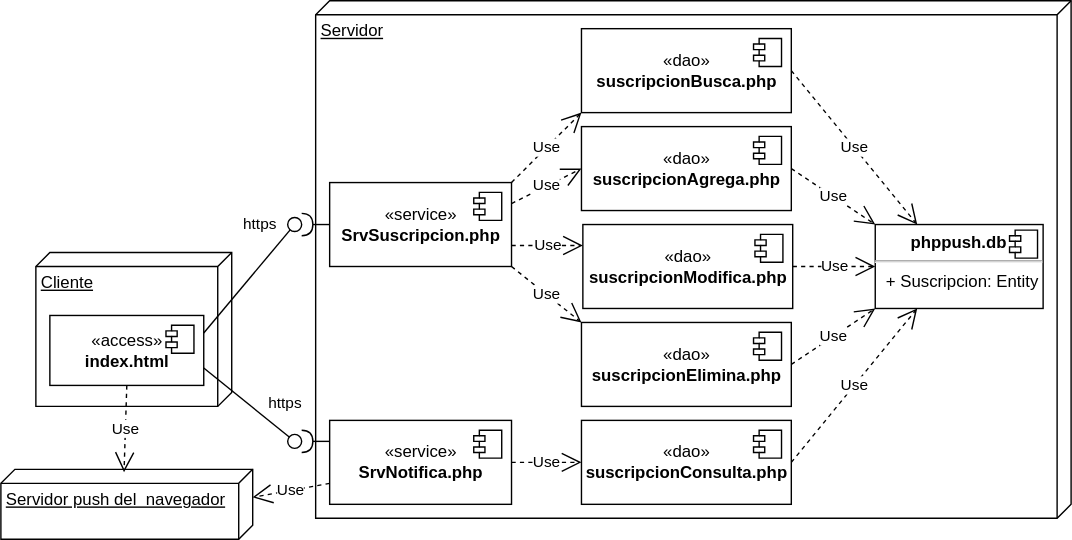
Earlier version of the draw.io export docs/img/m10push/pushdistribucion.drawio.svg (gilpgdm/gilpgdm.github.io). Source tidied: cells renumbered, new cells last; positions are measured from the earlier drawing's top-left corner, leaving out a move shared by most shapes.
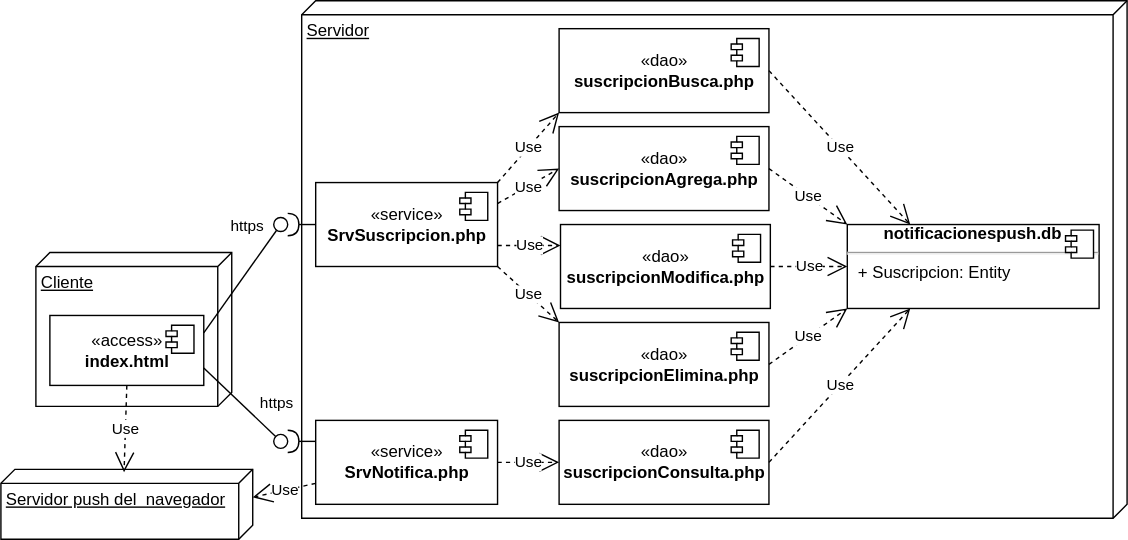
After the change.

The edit, as a diff of the source:
```diff
@@ -14,10 +14,10 @@
       </mxGeometry>
     </mxCell>
     <mxCell id="5" value="Servidor" style="verticalAlign=top;align=left;spacingTop=8;spacingLeft=2;spacingRight=12;shape=cube;size=10;direction=south;fontStyle=4;html=1;" parent="1" vertex="1">
-      <mxGeometry x="225" width="540" height="370" as="geometry" />
+      <mxGeometry x="215" width="590" height="370" as="geometry" />
     </mxCell>
     <mxCell id="6" value="«service»&lt;br&gt;&lt;b&gt;SrvSuscripcion.php&lt;/b&gt;" style="html=1;" parent="1" vertex="1">
-      <mxGeometry x="235" y="130" width="130" height="60" as="geometry" />
+      <mxGeometry x="225" y="130" width="130" height="60" as="geometry" />
     </mxCell>
     <mxCell id="7" style="shape=module;jettyWidth=8;jettyHeight=4;" parent="6" vertex="1">
       <mxGeometry x="1" width="20" height="20" relative="1" as="geometry">
@@ -25,7 +25,7 @@
       </mxGeometry>
     </mxCell>
     <mxCell id="8" value="«service»&lt;br&gt;&lt;b&gt;SrvNotifica.php&lt;/b&gt;" style="html=1;" parent="1" vertex="1">
-      <mxGeometry x="235" y="300" width="130" height="60" as="geometry" />
+      <mxGeometry x="225" y="300" width="130" height="60" as="geometry" />
     </mxCell>
     <mxCell id="9" style="shape=module;jettyWidth=8;jettyHeight=4;" parent="8" vertex="1">
       <mxGeometry x="1" width="20" height="20" relative="1" as="geometry">
@@ -33,7 +33,7 @@
       </mxGeometry>
     </mxCell>
     <mxCell id="10" value="«dao»&lt;br&gt;&lt;b&gt;suscripcionModifica.php&lt;/b&gt;" style="html=1;" parent="1" vertex="1">
-      <mxGeometry x="416" y="160" width="150" height="60" as="geometry" />
+      <mxGeometry x="400" y="160" width="150" height="60" as="geometry" />
     </mxCell>
     <mxCell id="11" style="shape=module;jettyWidth=8;jettyHeight=4;" parent="10" vertex="1">
       <mxGeometry x="1" width="20" height="20" relative="1" as="geometry">
@@ -41,7 +41,7 @@
       </mxGeometry>
     </mxCell>
     <mxCell id="12" value="«dao»&lt;br&gt;&lt;b&gt;suscripcionElimina.php&lt;/b&gt;" style="html=1;" parent="1" vertex="1">
-      <mxGeometry x="415" y="230" width="150" height="60" as="geometry" />
+      <mxGeometry x="399" y="230" width="150" height="60" as="geometry" />
     </mxCell>
     <mxCell id="13" style="shape=module;jettyWidth=8;jettyHeight=4;" parent="12" vertex="1">
       <mxGeometry x="1" width="20" height="20" relative="1" as="geometry">
@@ -49,7 +49,7 @@
       </mxGeometry>
     </mxCell>
     <mxCell id="14" value="«dao»&lt;br&gt;&lt;b&gt;suscripcionConsulta.php&lt;/b&gt;" style="html=1;" parent="1" vertex="1">
-      <mxGeometry x="415" y="300" width="150" height="60" as="geometry" />
+      <mxGeometry x="399" y="300" width="150" height="60" as="geometry" />
     </mxCell>
     <mxCell id="15" style="shape=module;jettyWidth=8;jettyHeight=4;" parent="14" vertex="1">
       <mxGeometry x="1" width="20" height="20" relative="1" as="geometry">
@@ -63,18 +63,18 @@
       <mxGeometry relative="1" as="geometry" />
     </mxCell>
     <mxCell id="18" style="ellipse;whiteSpace=wrap;html=1;align=center;points=[];outlineConnect=0;sketch=0;" parent="1" vertex="1">
-      <mxGeometry x="205" y="155" width="10" height="10" as="geometry" />
+      <mxGeometry x="195" y="155" width="10" height="10" as="geometry" />
     </mxCell>
     <mxCell id="19" value="https" style="rounded=0;jettySize=auto;html=1;endArrow=none;endFill=0;sketch=0;sourcePerimeterSpacing=0;targetPerimeterSpacing=0;exitX=1;exitY=0.75;exitDx=0;exitDy=0;" parent="1" edge="1" source="3" target="21">
       <mxGeometry x="0.55" y="17" relative="1" as="geometry" />
     </mxCell>
     <mxCell id="20" style="rounded=0;jettySize=auto;html=1;endArrow=halfCircle;endFill=0;endSize=6;strokeWidth=1;sketch=0;exitX=0;exitY=0.25;exitDx=0;exitDy=0;" parent="1" edge="1" source="8">
       <mxGeometry relative="1" as="geometry">
-        <mxPoint x="215" y="315" as="targetPoint" />
+        <mxPoint x="205" y="315" as="targetPoint" />
       </mxGeometry>
     </mxCell>
     <mxCell id="21" style="ellipse;whiteSpace=wrap;html=1;align=center;points=[];outlineConnect=0;sketch=0;" parent="1" vertex="1">
-      <mxGeometry x="205" y="310" width="10" height="10" as="geometry" />
+      <mxGeometry x="195" y="310" width="10" height="10" as="geometry" />
     </mxCell>
     <mxCell id="22" value="Use" style="endArrow=open;endSize=12;dashed=1;html=1;rounded=0;entryX=0;entryY=0.5;entryDx=0;entryDy=0;exitX=1;exitY=0.25;exitDx=0;exitDy=0;" parent="1" edge="1" source="6" target="31">
       <mxGeometry relative="1" as="geometry" />
@@ -94,8 +94,8 @@
     <mxCell id="27" value="Use" style="endArrow=open;endSize=12;dashed=1;html=1;rounded=0;entryX=0.25;entryY=1;entryDx=0;entryDy=0;exitX=1;exitY=0.5;exitDx=0;exitDy=0;" parent="1" edge="1" source="14" target="28">
       <mxGeometry relative="1" as="geometry" />
     </mxCell>
-    <mxCell id="28" value="&lt;p style=&quot;margin:0px;margin-top:6px;text-align:center;&quot;&gt;&lt;b&gt;phppush.db&lt;/b&gt;&lt;/p&gt;&lt;hr&gt;&lt;p style=&quot;margin:0px;margin-left:8px;&quot;&gt;+ Suscripcion: Entity&lt;/p&gt;" style="align=left;overflow=fill;html=1;" parent="1" vertex="1">
-      <mxGeometry x="625" y="160" width="120" height="60" as="geometry" />
+    <mxCell id="28" value="&lt;div style=&quot;text-align: center;&quot;&gt;&lt;b&gt;notificacionespush&lt;/b&gt;&lt;b style=&quot;background-color: initial;&quot;&gt;.db&lt;/b&gt;&lt;/div&gt;&lt;hr&gt;&lt;p style=&quot;margin:0px;margin-left:8px;&quot;&gt;+ Suscripcion: Entity&lt;/p&gt;" style="align=left;overflow=fill;html=1;" parent="1" vertex="1">
+      <mxGeometry x="605" y="160" width="180" height="60" as="geometry" />
     </mxCell>
     <mxCell id="29" style="shape=component;jettyWidth=8;jettyHeight=4;" parent="28" vertex="1">
       <mxGeometry x="1" width="20" height="20" relative="1" as="geometry">
@@ -106,7 +106,7 @@
       <mxGeometry y="335" width="180" height="50" as="geometry" />
     </mxCell>
     <mxCell id="31" value="«dao»&lt;br&gt;&lt;b&gt;suscripcionAgrega.php&lt;/b&gt;" style="html=1;" parent="1" vertex="1">
-      <mxGeometry x="415" y="90" width="150" height="60" as="geometry" />
+      <mxGeometry x="399" y="90" width="150" height="60" as="geometry" />
     </mxCell>
     <mxCell id="32" style="shape=module;jettyWidth=8;jettyHeight=4;" parent="31" vertex="1">
       <mxGeometry x="1" width="20" height="20" relative="1" as="geometry">
@@ -114,7 +114,7 @@
       </mxGeometry>
     </mxCell>
     <mxCell id="33" value="«dao»&lt;br&gt;&lt;b&gt;suscripcionBusca.php&lt;/b&gt;" style="html=1;" parent="1" vertex="1">
-      <mxGeometry x="415" y="20" width="150" height="60" as="geometry" />
+      <mxGeometry x="399" y="20" width="150" height="60" as="geometry" />
     </mxCell>
     <mxCell id="34" style="shape=module;jettyWidth=8;jettyHeight=4;" parent="33" vertex="1">
       <mxGeometry x="1" width="20" height="20" relative="1" as="geometry">
```
